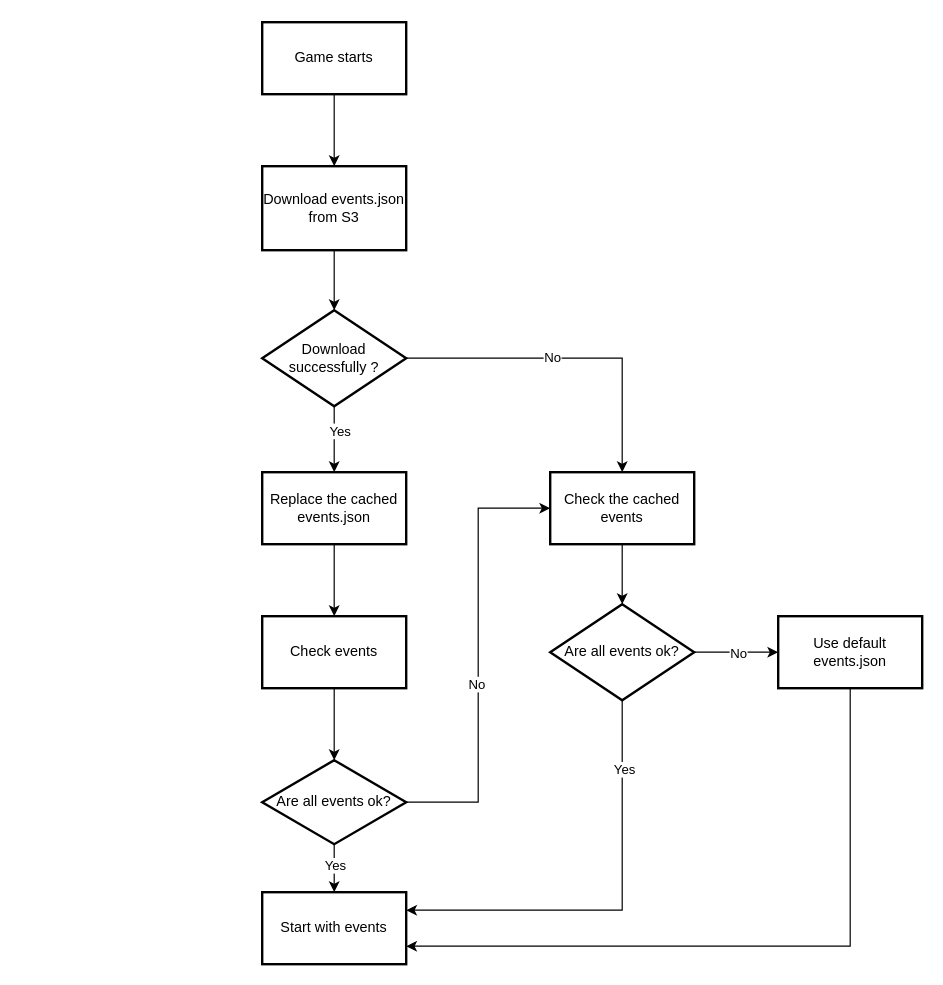
Above: page "Client pull events json" (5 of 5) of 未命名绘图.drawio in yaohuiwu/SimpleFS (draw.io), before the change. Source tidied: cells renumbered, new cells numbered last; positions are measured from the earlier drawing's top-left corner, leaving out a move shared by most shapes. Both pictures are drawn from the tidied source at 120%, with x=0, y=0 at pixel (262, 22).
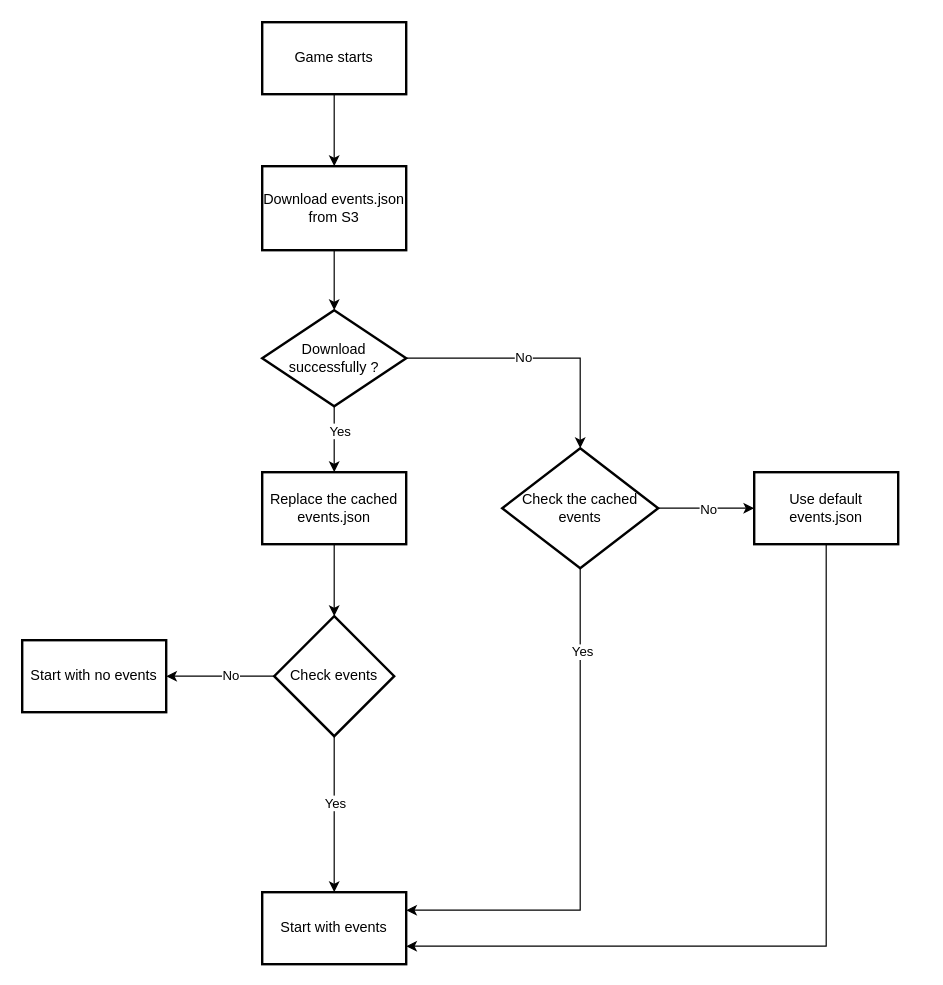
The same diagram, later.

Commit message:
更新未命名绘图.drawio

Unchanged cells that the change refers to:
```xml
<mxCell id="9" value="Download successfully ?" style="rhombus;whiteSpace=wrap;html=1;strokeWidth=2;" parent="1" vertex="1">
  <mxGeometry y="240" width="120" height="80" as="geometry" />
</mxCell>
<mxCell id="11" value="Replace the cached events.json" style="whiteSpace=wrap;html=1;strokeWidth=2;" parent="1" vertex="1">
  <mxGeometry y="375" width="120" height="60" as="geometry" />
</mxCell>
<mxCell id="19" value="Start with events" style="whiteSpace=wrap;html=1;strokeWidth=2;" parent="1" vertex="1">
  <mxGeometry y="725" width="120" height="60" as="geometry" />
</mxCell>
```

What changed in the source:
```diff
@@
-    <mxCell id="7" style="edgeStyle=none;rounded=0;jettySize=auto;html=1;exitX=1;exitY=0.5;exitDx=0;exitDy=0;entryX=0.5;entryY=0;entryDx=0;entryDy=0;" parent="1" edge="1" source="9" target="21">
+    <mxCell id="7" style="edgeStyle=none;rounded=0;jettySize=auto;html=1;exitX=1;exitY=0.5;exitDx=0;exitDy=0;entryX=0.5;entryY=0;entryDx=0;entryDy=0;entryPerimeter=0;" parent="1" edge="1" source="9" target="21">
       <mxGeometry relative="1" as="geometry">
         <Array as="points">
-          <mxPoint x="300" y="280" />
+          <mxPoint x="265" y="280" />
         </Array>
       </mxGeometry>
     </mxCell>
@@
-    <mxCell id="10" style="edgeStyle=none;rounded=0;jettySize=auto;html=1;" parent="1" edge="1" source="11" target="13">
-      <mxGeometry relative="1" as="geometry" />
+    <mxCell id="10" style="edgeStyle=none;rounded=0;jettySize=auto;html=1;" parent="1" edge="1" source="11">
+      <mxGeometry relative="1" as="geometry">
+        <mxPoint x="60" y="495" as="targetPoint" />
+      </mxGeometry>
     </mxCell>
@@
-    <mxCell id="12" style="edgeStyle=none;rounded=0;jettySize=auto;html=1;" parent="1" edge="1" source="13" target="18">
-      <mxGeometry relative="1" as="geometry" />
-    </mxCell>
-    <mxCell id="13" value="Check events" style="whiteSpace=wrap;html=1;strokeWidth=2;" parent="1" vertex="1">
-      <mxGeometry y="495" width="120" height="60" as="geometry" />
-    </mxCell>
-    <mxCell id="14" style="edgeStyle=none;rounded=0;jettySize=auto;html=1;" parent="1" edge="1" source="18" target="19">
+    <mxCell id="14" style="edgeStyle=none;rounded=0;jettySize=auto;html=1;exitX=0.5;exitY=1;exitDx=0;exitDy=0;exitPerimeter=0;" parent="1" edge="1" source="13" target="19">
       <mxGeometry relative="1" as="geometry" />
     </mxCell>
@@
-    <mxCell id="16" style="edgeStyle=none;rounded=0;jettySize=auto;html=1;exitX=1;exitY=0.5;exitDx=0;exitDy=0;entryX=0;entryY=0.5;entryDx=0;entryDy=0;" parent="1" edge="1" source="18" target="21">
-      <mxGeometry relative="1" as="geometry">
-        <Array as="points">
-          <mxPoint x="180" y="650" />
-          <mxPoint x="180" y="405" />
-        </Array>
-      </mxGeometry>
-    </mxCell>
-    <mxCell id="17" value="No" style="edgeLabel;html=1;align=center;verticalAlign=middle;" parent="16" vertex="1">
-      <mxGeometry x="-0.13" y="2" relative="1" as="geometry" />
-    </mxCell>
-    <mxCell id="18" value="Are all events ok?" style="rhombus;whiteSpace=wrap;html=1;strokeWidth=2;" parent="1" vertex="1">
-      <mxGeometry y="615" width="120" height="70" as="geometry" />
-    </mxCell>
@@
-    <mxCell id="20" style="edgeStyle=none;rounded=0;jettySize=auto;html=1;" parent="1" edge="1" source="21" target="26">
-      <mxGeometry relative="1" as="geometry" />
-    </mxCell>
-    <mxCell id="21" value="Check the cached events" style="whiteSpace=wrap;html=1;strokeWidth=2;" parent="1" vertex="1">
-      <mxGeometry x="240" y="375" width="120" height="60" as="geometry" />
-    </mxCell>
-    <mxCell id="22" style="edgeStyle=none;rounded=0;jettySize=auto;html=1;entryX=1;entryY=0.25;entryDx=0;entryDy=0;" parent="1" edge="1" source="26" target="19">
+    <mxCell id="22" style="edgeStyle=none;rounded=0;jettySize=auto;html=1;entryX=1;entryY=0.25;entryDx=0;entryDy=0;" parent="1" edge="1" source="21" target="19">
       <mxGeometry relative="1" as="geometry">
         <Array as="points">
-          <mxPoint x="300" y="740" />
+          <mxPoint x="265" y="740" />
         </Array>
       </mxGeometry>
     </mxCell>
@@
-    <mxCell id="24" style="edgeStyle=none;rounded=0;jettySize=auto;html=1;" parent="1" edge="1" source="26" target="28">
+    <mxCell id="24" style="edgeStyle=none;rounded=0;jettySize=auto;html=1;exitX=1;exitY=0.5;exitDx=0;exitDy=0;exitPerimeter=0;" parent="1" edge="1" source="21" target="28">
       <mxGeometry relative="1" as="geometry" />
     </mxCell>
@@
-    <mxCell id="26" value="Are all events ok?" style="rhombus;whiteSpace=wrap;html=1;strokeWidth=2;" parent="1" vertex="1">
-      <mxGeometry x="240" y="485" width="120" height="80" as="geometry" />
-    </mxCell>
     <mxCell id="27" style="edgeStyle=none;rounded=0;jettySize=auto;html=1;exitX=0.5;exitY=1;exitDx=0;exitDy=0;entryX=1;entryY=0.75;entryDx=0;entryDy=0;" parent="1" edge="1" source="28" target="19">
       <mxGeometry relative="1" as="geometry">
         <Array as="points">
-          <mxPoint x="490" y="770" />
+          <mxPoint x="470" y="770" />
         </Array>
       </mxGeometry>
     </mxCell>
     <mxCell id="28" value="Use default events.json" style="whiteSpace=wrap;html=1;strokeWidth=2;" parent="1" vertex="1">
-      <mxGeometry x="430" y="495" width="120" height="60" as="geometry" />
+      <mxGeometry x="410" y="375" width="120" height="60" as="geometry" />
     </mxCell>
@@
+    <mxCell id="30" style="edgeStyle=orthogonalEdgeStyle;rounded=0;jettySize=auto;html=1;" parent="1" edge="1" source="13" target="31">
+      <mxGeometry relative="1" as="geometry" />
+    </mxCell>
+    <mxCell id="17" value="No" style="edgeLabel;html=1;align=center;verticalAlign=middle;" parent="30" vertex="1">
+      <mxGeometry x="-0.18" y="-1" relative="1" as="geometry" />
+    </mxCell>
+    <mxCell id="13" value="Check events" style="strokeWidth=2;html=1;shape=mxgraph.flowchart.decision;whiteSpace=wrap;" parent="1" vertex="1">
+      <mxGeometry x="10" y="495" width="100" height="100" as="geometry" />
+    </mxCell>
+    <mxCell id="21" value="Check the cached events" style="strokeWidth=2;html=1;shape=mxgraph.flowchart.decision;whiteSpace=wrap;" parent="1" vertex="1">
+      <mxGeometry x="200" y="355" width="130" height="100" as="geometry" />
+    </mxCell>
+    <mxCell id="31" value="Start with no events" style="whiteSpace=wrap;html=1;strokeWidth=2;" parent="1" vertex="1">
+      <mxGeometry x="-200" y="515" width="120" height="60" as="geometry" />
+    </mxCell>
```
